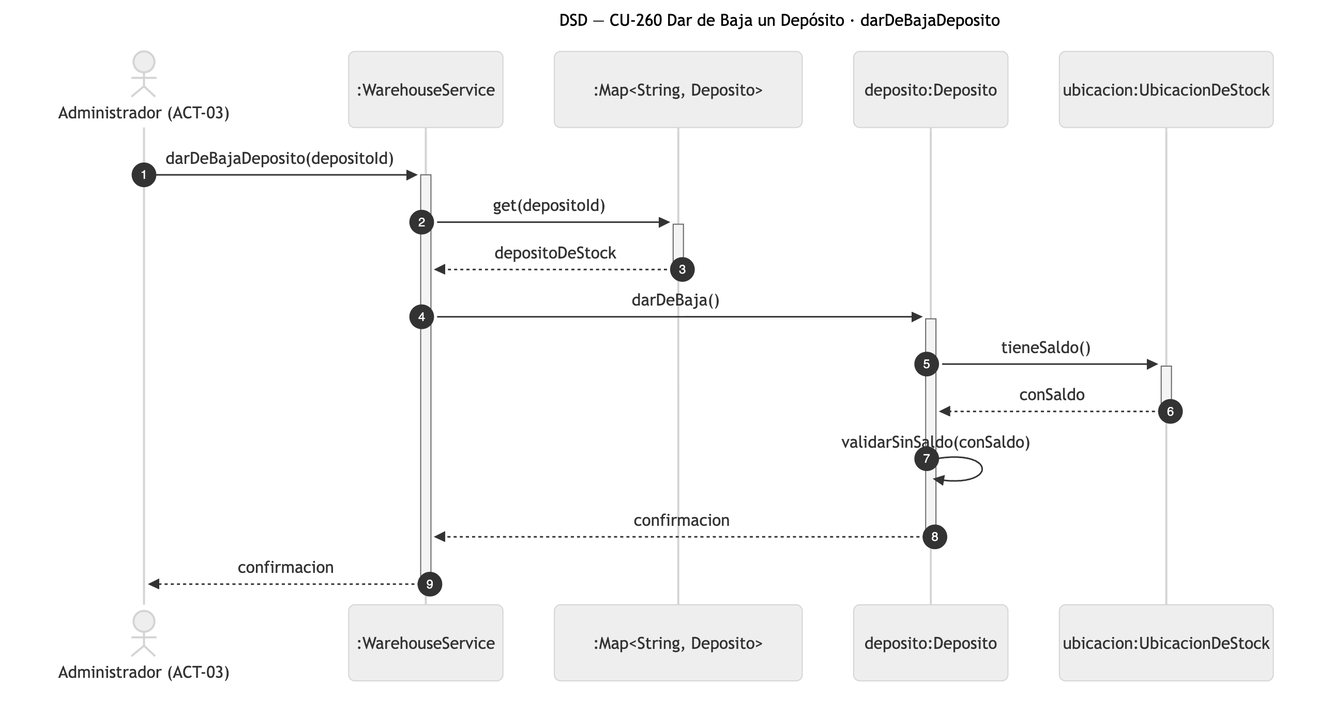
This is diagramas/png/DSD_CU-260_darDeBajaDeposito.png from Nahuelito-Dev/splg-docs, a Mermaid export, as it was before one commit. Its source is kept beside it as diagramas/DSD_CU-260_darDeBajaDeposito.mmd. The source it was exported from:
```mermaid
sequenceDiagram
    title DSD — CU-260 Dar de Baja un Depósito · darDeBajaDeposito
    autonumber
    actor ADM as Administrador (ACT-03)
    participant SRV as :WarehouseService
    participant COL as :Map#lt;String, Deposito#gt;
    participant DEP as deposito:Deposito
    participant UBI as ubicacion:UbicacionDeStock

    ADM->>+SRV: darDeBajaDeposito(depositoId)
    SRV->>+COL: get(depositoId)
    COL-->>-SRV: depositoDeStock
    SRV->>+DEP: darDeBaja()
    DEP->>+UBI: tieneSaldo()
    UBI-->>-DEP: conSaldo
    DEP->>DEP: validarSinSaldo(conSaldo)
    DEP-->>-SRV: confirmacion
    SRV-->>-ADM: confirmacion
```
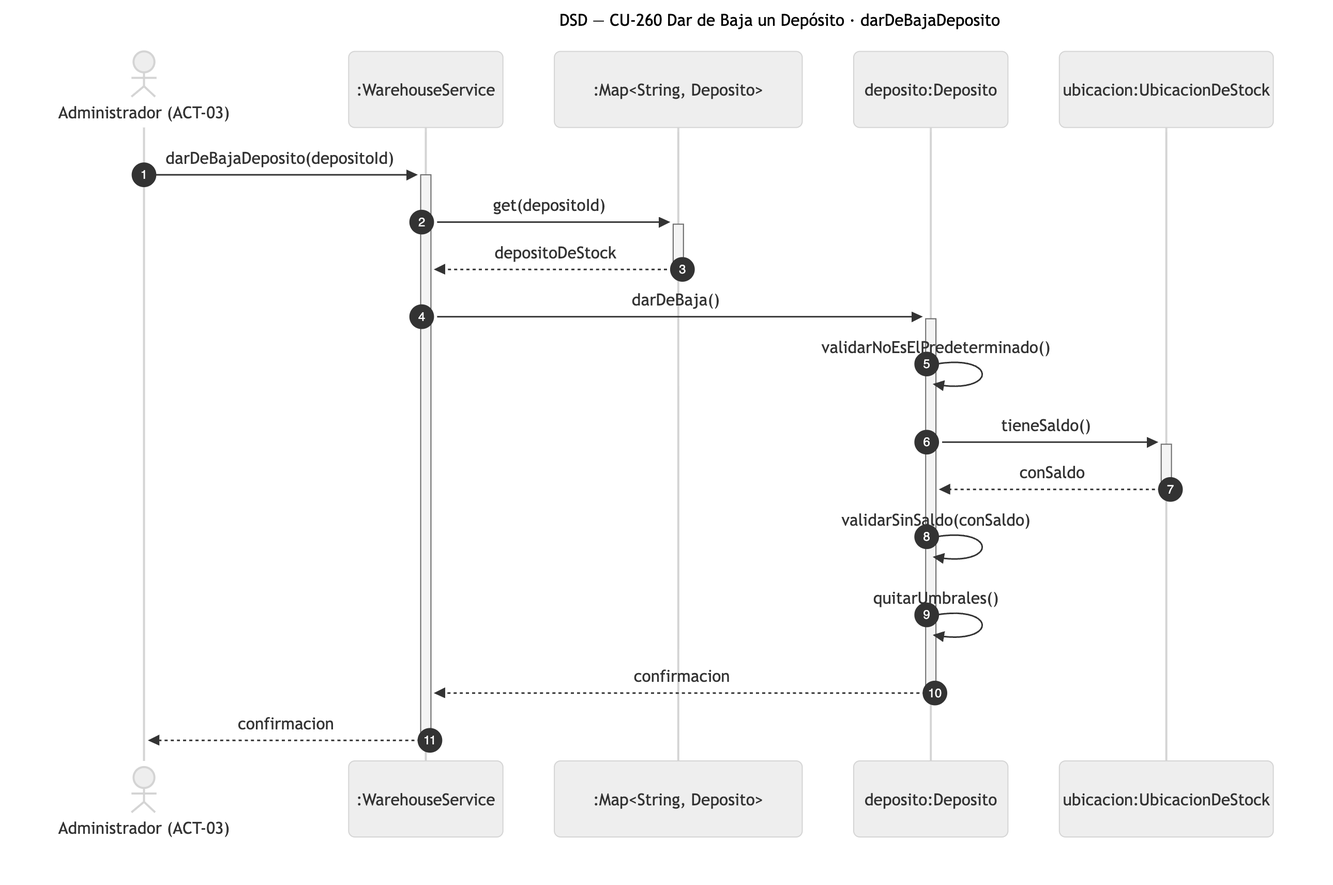
The same diagram one commit later.

What changed in the source:
```diff
@@ -11,8 +11,10 @@
     SRV->>+COL: get(depositoId)
     COL-->>-SRV: depositoDeStock
     SRV->>+DEP: darDeBaja()
+    DEP->>DEP: validarNoEsElPredeterminado()
     DEP->>+UBI: tieneSaldo()
     UBI-->>-DEP: conSaldo
     DEP->>DEP: validarSinSaldo(conSaldo)
+    DEP->>DEP: quitarUmbrales()
     DEP-->>-SRV: confirmacion
     SRV-->>-ADM: confirmacion
```
